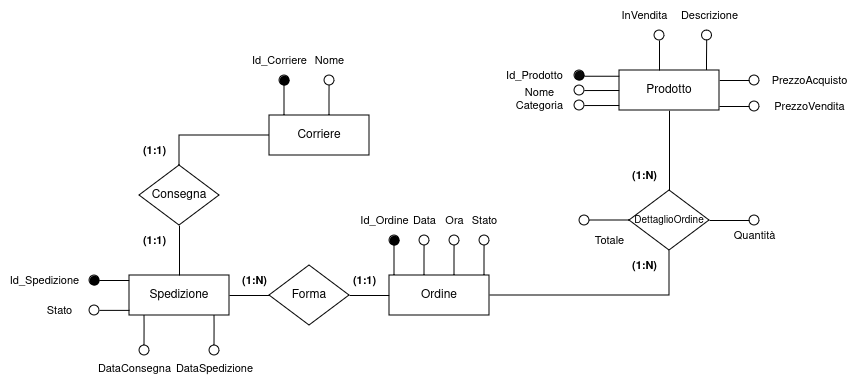
Earlier version of the draw.io export fase_due/images/rifinitura_ordine.png (IonutZbir/ProgettoDatabase). Source tidied: cells renumbered, new cells last; positions are measured from the earlier drawing's top-left corner, leaving out a move shared by most shapes.
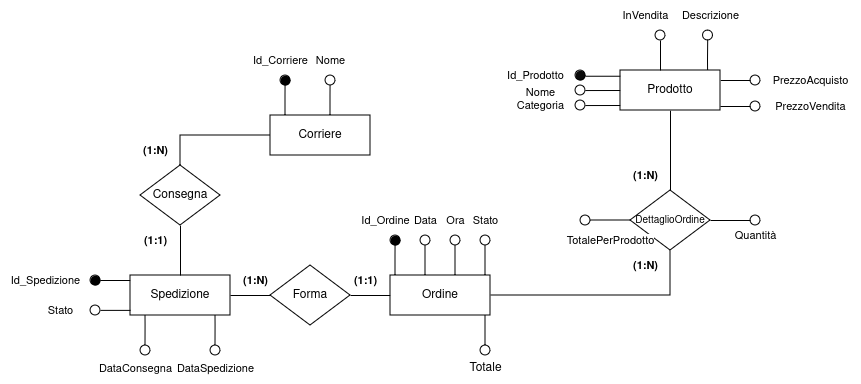
After the commit.

Change to the diagram source:
```diff
@@ -177,7 +177,7 @@
     <mxCell id="41" value="(1:N)" style="text;html=1;align=center;verticalAlign=middle;strokeColor=none;fillColor=none;fontFamily=Helvetica;fontSize=11;fontColor=default;labelBackgroundColor=default;fontStyle=1;" parent="1" vertex="1">
       <mxGeometry x="230" y="265" width="50" height="30" as="geometry" />
     </mxCell>
-    <mxCell id="42" value="(1:1)" style="text;html=1;align=center;verticalAlign=middle;strokeColor=none;fillColor=none;fontFamily=Helvetica;fontSize=11;fontColor=default;labelBackgroundColor=default;fontStyle=1;" parent="1" vertex="1">
+    <mxCell id="42" value="(1:N)" style="text;html=1;align=center;verticalAlign=middle;strokeColor=none;fillColor=none;fontFamily=Helvetica;fontSize=11;fontColor=default;labelBackgroundColor=default;fontStyle=1;" parent="1" vertex="1">
       <mxGeometry x="130" y="135" width="50" height="30" as="geometry" />
     </mxCell>
     <mxCell id="43" value="(1:1)" style="text;html=1;align=center;verticalAlign=middle;strokeColor=none;fillColor=none;fontFamily=Helvetica;fontSize=11;fontColor=default;labelBackgroundColor=default;fontStyle=1;" parent="1" vertex="1">
@@ -311,11 +311,27 @@
     <mxCell id="75" value="Quantità" style="text;html=1;align=center;verticalAlign=middle;strokeColor=none;fillColor=none;fontFamily=Helvetica;fontSize=11;fontColor=default;labelBackgroundColor=default;" parent="1" vertex="1">
       <mxGeometry x="720" y="220" width="70" height="30" as="geometry" />
     </mxCell>
-    <mxCell id="76" value="Totale" style="text;html=1;align=center;verticalAlign=middle;strokeColor=none;fillColor=none;fontFamily=Helvetica;fontSize=11;fontColor=default;labelBackgroundColor=default;" parent="1" vertex="1">
-      <mxGeometry x="585" y="225" width="50" height="30" as="geometry" />
+    <mxCell id="76" value="TotalePerProdotto" style="text;html=1;align=center;verticalAlign=middle;strokeColor=none;fillColor=none;fontFamily=Helvetica;fontSize=11;fontColor=default;labelBackgroundColor=default;" parent="1" vertex="1">
+      <mxGeometry x="555" y="225" width="110" height="30" as="geometry" />
     </mxCell>
     <mxCell id="77" style="ellipse;whiteSpace=wrap;html=1;fontFamily=Helvetica;fontSize=11;fontColor=default;labelBackgroundColor=default;fillColor=none;" parent="1" vertex="1">
       <mxGeometry x="580" y="215" width="10" height="10" as="geometry" />
     </mxCell>
+    <mxCell id="78" style="edgeStyle=orthogonalEdgeStyle;shape=connector;rounded=0;orthogonalLoop=1;jettySize=auto;html=1;exitX=0.25;exitY=0;exitDx=0;exitDy=0;strokeColor=default;align=center;verticalAlign=middle;fontFamily=Helvetica;fontSize=11;fontColor=default;labelBackgroundColor=default;endArrow=none;endFill=0;" parent="1" edge="1">
+      <mxGeometry relative="1" as="geometry">
+        <mxPoint x="485" y="345" as="sourcePoint" />
+        <mxPoint x="485.1" y="315" as="targetPoint" />
+        <Array as="points">
+          <mxPoint x="485" y="325" />
+          <mxPoint x="485" y="325" />
+        </Array>
+      </mxGeometry>
+    </mxCell>
+    <mxCell id="79" style="ellipse;whiteSpace=wrap;html=1;fontFamily=Helvetica;fontSize=11;fontColor=default;labelBackgroundColor=default;" parent="1" vertex="1">
+      <mxGeometry x="480" y="345" width="10" height="10" as="geometry" />
+    </mxCell>
+    <mxCell id="80" value="Totale" style="text;html=1;align=center;verticalAlign=middle;strokeColor=none;fillColor=none;" parent="1" vertex="1">
+      <mxGeometry x="455" y="353" width="60" height="30" as="geometry" />
+    </mxCell>
   </root>
 </mxGraphModel>
```
